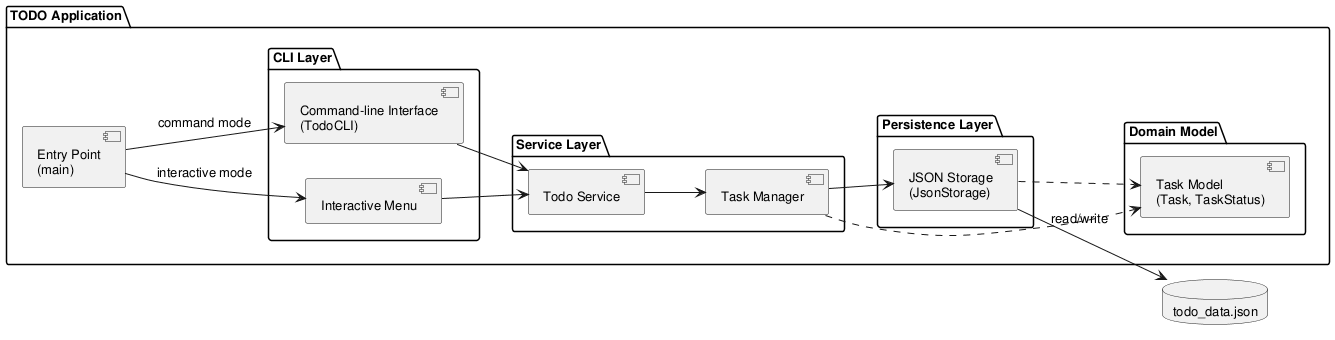
DanielRiha8906/Software_autoevolution_using_agents keeps this PlantUML diagram as experiments/supervisor_as_tools/test_driven/TODO/artifacts/component_diagram.png. Above is the earlier version. The source it was exported from:
```plantuml
@startuml component_diagram

skinparam componentStyle uml2
skinparam defaultFontSize 13

left to right direction

package "TODO Application" {

    component "Entry Point\n(main)" as Main

    package "CLI Layer" {
        component "Interactive Menu" as IM
        component "Command-line Interface\n(TodoCLI)" as CLI
    }

    package "Service Layer" {
        component "Todo Service" as SVC
        component "Task Manager" as MGR
    }

    package "Domain Model" {
        component "Task Model\n(Task, TaskStatus)" as Model
    }

    package "Persistence Layer" {
        component "JSON Storage\n(JsonStorage)" as Storage
    }
}

database "todo_data.json" as DB

Main --> IM : interactive mode
Main --> CLI : command mode

IM --> SVC
CLI --> SVC

SVC --> MGR
MGR --> Storage
MGR ..> Model
Storage ..> Model

Storage --> DB : read/write

@enduml
```
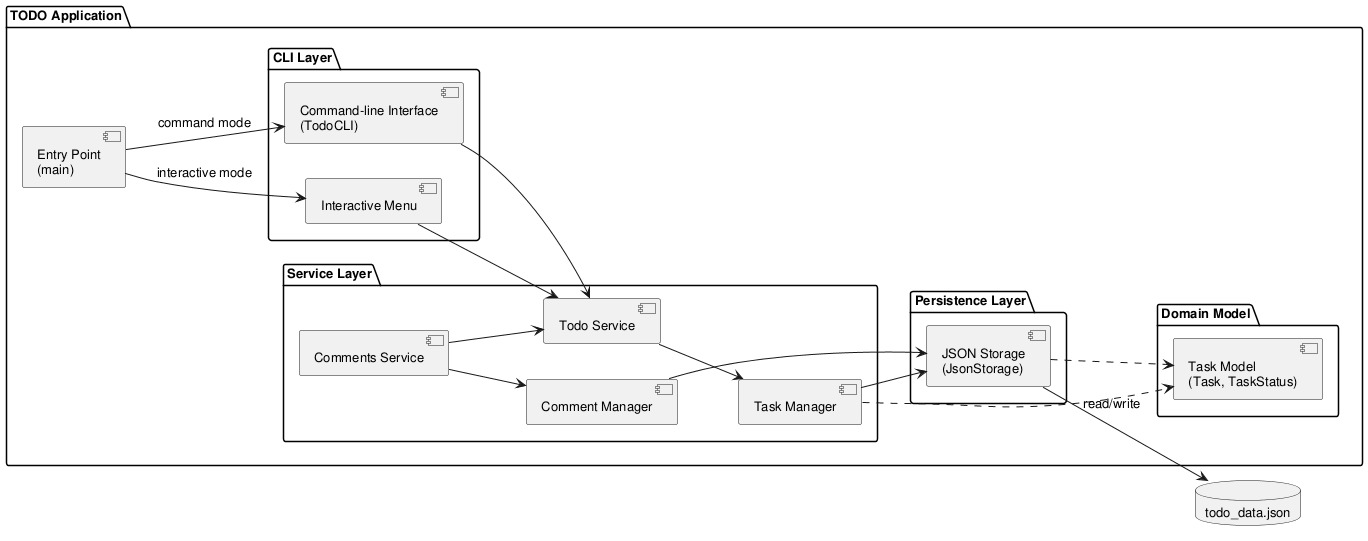
After the commit.

What changed in the source:
```diff
@@ -17,6 +17,8 @@
     package "Service Layer" {
         component "Todo Service" as SVC
         component "Task Manager" as MGR
+        component "Comments Service" as CSVC
+        component "Comment Manager" as CMGR
     }
 
     package "Domain Model" {
@@ -37,7 +39,10 @@
 CLI --> SVC
 
 SVC --> MGR
+CSVC --> SVC
+CSVC --> CMGR
 MGR --> Storage
+CMGR --> Storage
 MGR ..> Model
 Storage ..> Model
 
```
